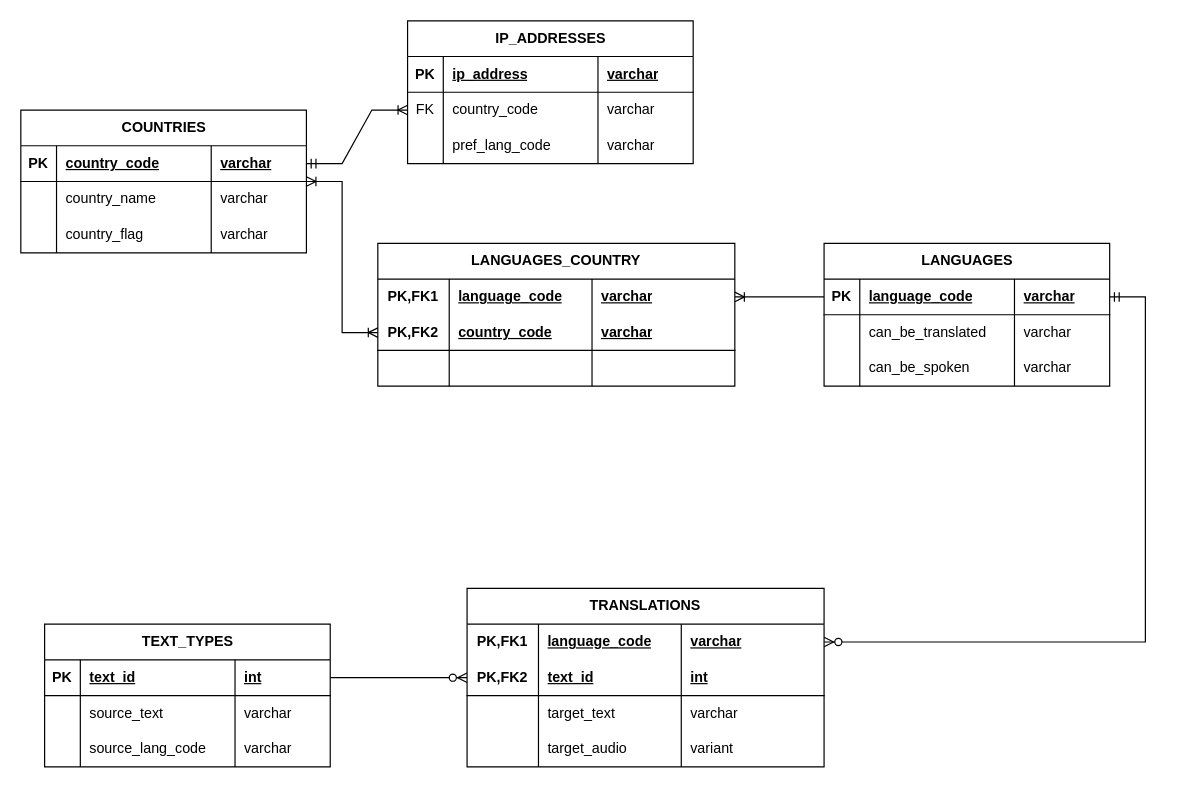
Above: page "physical_design" (3 of 3) of documentation/ERD.drawio in LucaBalduzziNI/nimbus-intelligence-coh2-python-project (draw.io), before the change. Source tidied: cells renumbered, new cells numbered last; positions are measured from the earlier drawing's top-left corner, leaving out a move shared by most shapes. Both pictures are drawn from the tidied source at 119%, with x=0, y=0 at pixel (20, 20).
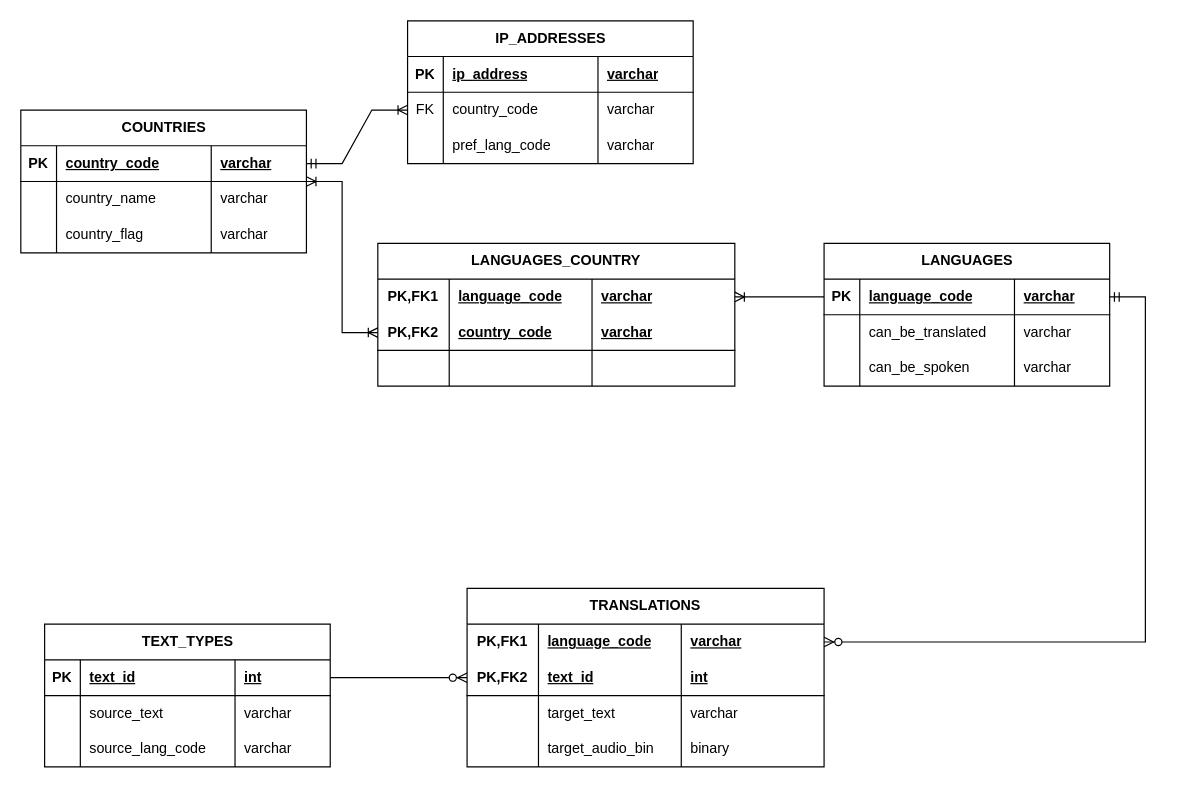
After the change.

The change refers to these unchanged cells:
```xml
<mxCell id="28" style="shape=tableRow;horizontal=0;startSize=0;swimlaneHead=0;swimlaneBody=0;fillColor=none;top=0;left=0;right=0;bottom=0;html=1;" parent="15" vertex="1">
  <mxGeometry y="120" width="300" height="30" as="geometry" />
</mxCell>
```

Diff of the diagram source:
```diff
@@
-    <mxCell id="30" value="target_audio" style="shape=partialRectangle;fillColor=none;top=0;left=0;bottom=0;right=0;align=left;spacingLeft=6;overflow=hidden;html=1;whiteSpace=wrap;" parent="28" vertex="1">
+    <mxCell id="30" value="target_audio_bin" style="shape=partialRectangle;fillColor=none;top=0;left=0;bottom=0;right=0;align=left;spacingLeft=6;overflow=hidden;html=1;whiteSpace=wrap;" parent="28" vertex="1">
       <mxGeometry x="60" width="120" height="30" as="geometry" />
     </mxCell>
-    <mxCell id="31" value="variant" style="shape=partialRectangle;fillColor=none;top=0;left=0;bottom=0;right=0;align=left;spacingLeft=6;overflow=hidden;html=1;whiteSpace=wrap;" parent="28" vertex="1">
+    <mxCell id="31" value="binary" style="shape=partialRectangle;fillColor=none;top=0;left=0;bottom=0;right=0;align=left;spacingLeft=6;overflow=hidden;html=1;whiteSpace=wrap;" parent="28" vertex="1">
       <mxGeometry x="180" width="120" height="30" as="geometry" />
     </mxCell>
```
